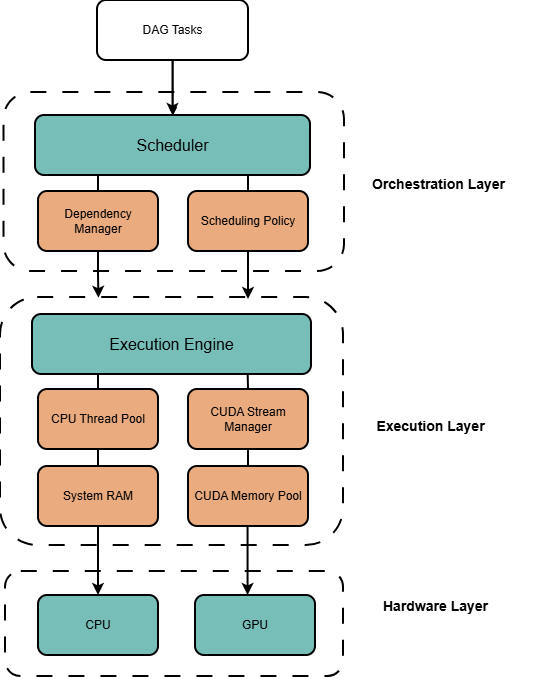
Earlier version of the draw.io export image/system-architecture.png (rulihongran/15618-project-webpage). Source tidied: cells renumbered, new cells last; positions are measured from the earlier drawing's top-left corner, leaving out a move shared by most shapes.
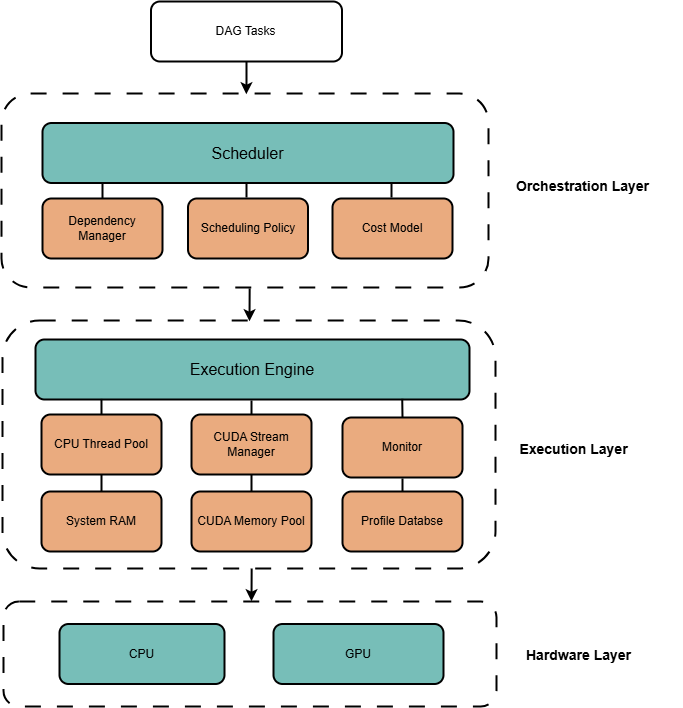
The same file after the commit.

Commit message:
Update system architecture graph

What changed in the source:
```diff
@@ -3,96 +3,123 @@
     <mxCell id="0" />
     <mxCell id="1" parent="0" />
     <mxCell id="2" style="rounded=1;whiteSpace=wrap;html=1;fillColor=light-dark(#FFFFFF, #ffffff);strokeColor=light-dark(#000000,#000000);strokeWidth=2;dashed=1;dashPattern=8 8;" parent="1" vertex="1">
-      <mxGeometry x="5" y="571" width="338" height="105" as="geometry" />
+      <mxGeometry x="-135" y="531" width="493" height="105" as="geometry" />
     </mxCell>
     <mxCell id="3" style="rounded=1;whiteSpace=wrap;html=1;fillColor=light-dark(#FFFFFF, #ffffff);strokeColor=light-dark(#000000,#000000);strokeWidth=2;dashed=1;dashPattern=8 8;" parent="1" vertex="1">
-      <mxGeometry y="297" width="343" height="248" as="geometry" />
+      <mxGeometry x="-136" y="250" width="493" height="248" as="geometry" />
     </mxCell>
     <mxCell id="4" style="rounded=1;whiteSpace=wrap;html=1;fillColor=light-dark(#FFFFFF, #ffffff);strokeColor=light-dark(#000000,#000000);strokeWidth=2;dashed=1;dashPattern=8 8;" parent="1" vertex="1">
-      <mxGeometry x="3.5" y="92" width="340.5" height="179" as="geometry" />
+      <mxGeometry x="-137" y="23" width="487" height="194" as="geometry" />
     </mxCell>
-    <mxCell id="5" style="edgeStyle=orthogonalEdgeStyle;rounded=0;jettySize=auto;html=1;strokeColor=light-dark(#000000,#000000);exitX=0.5;exitY=1;exitDx=0;exitDy=0;strokeWidth=2;entryX=0.287;entryY=0.003;entryDx=0;entryDy=0;entryPerimeter=0;" parent="1" edge="1" source="6" target="3">
-      <mxGeometry relative="1" as="geometry" />
-    </mxCell>
     <mxCell id="6" value="&lt;font style=&quot;color: light-dark(rgb(0, 0, 0), rgb(0, 0, 0));&quot;&gt;Dependency Manager&lt;/font&gt;" style="rounded=1;whiteSpace=wrap;html=1;fillColor=light-dark(#EAAB7F,#EAAB7F);strokeColor=light-dark(#000000,#000000);strokeWidth=2;" parent="1" vertex="1">
-      <mxGeometry x="38" y="191" width="120" height="60" as="geometry" />
+      <mxGeometry x="-96" y="128" width="120" height="60" as="geometry" />
     </mxCell>
-    <mxCell id="7" style="edgeStyle=orthogonalEdgeStyle;rounded=0;jettySize=auto;html=1;exitX=0.25;exitY=1;exitDx=0;exitDy=0;entryX=0.5;entryY=0;entryDx=0;entryDy=0;strokeColor=light-dark(#000000,#000000);endArrow=none;endFill=0;strokeWidth=2;" parent="1" edge="1" source="9" target="6">
-      <mxGeometry relative="1" as="geometry" />
-    </mxCell>
-    <mxCell id="8" style="edgeStyle=orthogonalEdgeStyle;rounded=0;jettySize=auto;html=1;exitX=0.75;exitY=1;exitDx=0;exitDy=0;entryX=0.5;entryY=0;entryDx=0;entryDy=0;endArrow=none;endFill=0;strokeWidth=2;strokeColor=light-dark(#000000,#000000);" parent="1" edge="1" source="9" target="10">
-      <mxGeometry relative="1" as="geometry" />
-    </mxCell>
     <mxCell id="9" value="&lt;font&gt;Scheduler&lt;/font&gt;" style="rounded=1;whiteSpace=wrap;html=1;fillColor=light-dark(#77BEB8,#77BEB8);strokeColor=light-dark(#000000,#000000);strokeWidth=2;fontColor=light-dark(#000000,#000000);fontSize=16;" parent="1" vertex="1">
-      <mxGeometry x="35" y="115" width="275" height="60" as="geometry" />
+      <mxGeometry x="-96" y="52.5" width="411" height="60" as="geometry" />
     </mxCell>
     <mxCell id="10" value="&lt;font style=&quot;color: light-dark(rgb(0, 0, 0), rgb(0, 0, 0));&quot;&gt;Scheduling Policy&lt;/font&gt;" style="rounded=1;whiteSpace=wrap;html=1;fillColor=light-dark(#EAAB7F,#EAAB7F);strokeColor=light-dark(#000000,#000000);strokeWidth=2;" parent="1" vertex="1">
-      <mxGeometry x="188" y="191" width="120" height="60" as="geometry" />
+      <mxGeometry x="49.5" y="128" width="120" height="60" as="geometry" />
     </mxCell>
     <mxCell id="11" style="edgeStyle=orthogonalEdgeStyle;rounded=0;jettySize=auto;html=1;endArrow=none;endFill=0;strokeWidth=2;strokeColor=light-dark(#000000,#000000);" parent="1" edge="1" source="12" target="14">
       <mxGeometry relative="1" as="geometry" />
     </mxCell>
     <mxCell id="12" value="&lt;div&gt;&lt;font style=&quot;color: light-dark(rgb(0, 0, 0), rgb(0, 0, 0));&quot;&gt;CUDA Stream Manager&lt;/font&gt;&lt;/div&gt;" style="rounded=1;whiteSpace=wrap;html=1;fillColor=light-dark(#EAAB7F,#EAAB7F);strokeColor=light-dark(#000000,#000000);strokeWidth=2;" parent="1" vertex="1">
-      <mxGeometry x="188" y="389" width="120" height="60" as="geometry" />
+      <mxGeometry x="53" y="344" width="120" height="60" as="geometry" />
     </mxCell>
     <mxCell id="13" value="&lt;font&gt;Execution Engine&lt;/font&gt;" style="rounded=1;whiteSpace=wrap;html=1;fillColor=light-dark(#77BEB8,#77BEB8);strokeColor=light-dark(#000000,#000000);strokeWidth=2;fontColor=light-dark(#000000,#000000);fontSize=16;" parent="1" vertex="1">
-      <mxGeometry x="32" y="314" width="279" height="60" as="geometry" />
+      <mxGeometry x="-103" y="269" width="434" height="60" as="geometry" />
     </mxCell>
     <mxCell id="14" value="&lt;font style=&quot;color: light-dark(rgb(0, 0, 0), rgb(0, 0, 0));&quot;&gt;CUDA Memory Pool&lt;/font&gt;" style="rounded=1;whiteSpace=wrap;html=1;fillColor=light-dark(#EAAB7F,#EAAB7F);strokeColor=light-dark(#000000,#000000);strokeWidth=2;" parent="1" vertex="1">
-      <mxGeometry x="188" y="466" width="120" height="60" as="geometry" />
+      <mxGeometry x="53" y="421" width="120" height="60" as="geometry" />
     </mxCell>
     <mxCell id="15" style="edgeStyle=orthogonalEdgeStyle;rounded=0;jettySize=auto;html=1;entryX=0.5;entryY=0;entryDx=0;entryDy=0;endArrow=none;endFill=0;strokeWidth=2;strokeColor=light-dark(#000000,#000000);" parent="1" edge="1" source="16" target="17">
       <mxGeometry relative="1" as="geometry" />
     </mxCell>
     <mxCell id="16" value="&lt;span style=&quot;&quot;&gt;CPU Thread Pool&lt;/span&gt;" style="rounded=1;whiteSpace=wrap;html=1;fillColor=light-dark(#EAAB7F,#EAAB7F);strokeColor=light-dark(#000000,#000000);strokeWidth=2;labelBorderColor=none;fontColor=light-dark(#000000,#000000);" parent="1" vertex="1">
-      <mxGeometry x="38" y="389" width="120" height="60" as="geometry" />
+      <mxGeometry x="-97" y="344" width="120" height="60" as="geometry" />
     </mxCell>
     <mxCell id="17" value="&lt;span style=&quot;&quot;&gt;System RAM&lt;/span&gt;" style="rounded=1;whiteSpace=wrap;html=1;fillColor=light-dark(#EAAB7F,#EAAB7F);strokeColor=light-dark(#000000,#000000);strokeWidth=2;labelBorderColor=none;fontColor=light-dark(#000000,#000000);" parent="1" vertex="1">
-      <mxGeometry x="38" y="466" width="120" height="60" as="geometry" />
+      <mxGeometry x="-97" y="421" width="120" height="60" as="geometry" />
     </mxCell>
     <mxCell id="18" value="&lt;font&gt;&lt;b&gt;Orchestration Layer&lt;/b&gt;&lt;/font&gt;" style="text;html=1;whiteSpace=wrap;align=center;verticalAlign=middle;rounded=0;fontColor=light-dark(#000000,#000000);fontSize=14;" parent="1" vertex="1">
-      <mxGeometry x="338" y="169" width="201" height="30" as="geometry" />
+      <mxGeometry x="344" y="101" width="201" height="30" as="geometry" />
     </mxCell>
     <mxCell id="19" value="&lt;font&gt;&lt;b&gt;Execution Layer&lt;/b&gt;&lt;/font&gt;" style="text;html=1;whiteSpace=wrap;align=center;verticalAlign=middle;rounded=0;fontColor=light-dark(#000000,#000000);fontSize=14;" parent="1" vertex="1">
-      <mxGeometry x="330" y="411" width="201" height="30" as="geometry" />
+      <mxGeometry x="335" y="364" width="201" height="30" as="geometry" />
     </mxCell>
-    <mxCell id="20" style="edgeStyle=orthogonalEdgeStyle;rounded=0;jettySize=auto;html=1;strokeColor=light-dark(#000000,#000000);exitX=0.5;exitY=1;exitDx=0;exitDy=0;strokeWidth=2;" parent="1" edge="1" source="10">
-      <mxGeometry relative="1" as="geometry">
-        <mxPoint x="248" y="299" as="targetPoint" />
-      </mxGeometry>
-    </mxCell>
-    <mxCell id="21" style="edgeStyle=orthogonalEdgeStyle;rounded=0;jettySize=auto;html=1;exitX=0.25;exitY=1;exitDx=0;exitDy=0;entryX=0.5;entryY=0;entryDx=0;entryDy=0;strokeColor=light-dark(#000000,#000000);startArrow=none;startFill=0;endArrow=none;endFill=0;strokeWidth=2;" parent="1" edge="1" source="13" target="16">
+    <mxCell id="21" style="edgeStyle=orthogonalEdgeStyle;rounded=0;jettySize=auto;html=1;exitX=0.152;exitY=0.99;exitDx=0;exitDy=0;entryX=0.5;entryY=0;entryDx=0;entryDy=0;strokeColor=light-dark(#000000,#000000);startArrow=none;startFill=0;endArrow=none;endFill=0;strokeWidth=2;exitPerimeter=0;" parent="1" edge="1" source="13" target="16">
       <mxGeometry relative="1" as="geometry" />
     </mxCell>
-    <mxCell id="22" style="edgeStyle=orthogonalEdgeStyle;rounded=0;jettySize=auto;html=1;exitX=0.773;exitY=0.998;exitDx=0;exitDy=0;entryX=0.5;entryY=0;entryDx=0;entryDy=0;strokeColor=light-dark(#000000,#000000);startArrow=none;startFill=0;endArrow=none;endFill=0;strokeWidth=2;exitPerimeter=0;" parent="1" edge="1" source="13" target="12">
-      <mxGeometry relative="1" as="geometry" />
+    <mxCell id="22" style="edgeStyle=orthogonalEdgeStyle;rounded=0;jettySize=auto;html=1;entryX=0.5;entryY=0;entryDx=0;entryDy=0;strokeColor=light-dark(#000000,#000000);startArrow=none;startFill=0;endArrow=none;endFill=0;strokeWidth=2;" parent="1" edge="1" target="12">
+      <mxGeometry relative="1" as="geometry">
+        <mxPoint x="113" y="330" as="sourcePoint" />
+      </mxGeometry>
     </mxCell>
     <mxCell id="23" value="&lt;font style=&quot;color: light-dark(rgb(0, 0, 0), rgb(0, 0, 0));&quot;&gt;CPU&lt;/font&gt;" style="rounded=1;whiteSpace=wrap;html=1;fillColor=light-dark(#77BEB8,#77BEB8);strokeColor=light-dark(#000000,#000000);strokeWidth=2;" parent="1" vertex="1">
-      <mxGeometry x="38" y="595" width="120" height="60" as="geometry" />
+      <mxGeometry x="-79" y="553.5" width="165" height="60" as="geometry" />
     </mxCell>
     <mxCell id="24" value="&lt;font style=&quot;color: light-dark(rgb(0, 0, 0), rgb(0, 0, 0));&quot;&gt;GPU&lt;/font&gt;" style="rounded=1;whiteSpace=wrap;html=1;fillColor=light-dark(#77BEB8,#77BEB8);strokeColor=light-dark(#000000,#000000);strokeWidth=2;" parent="1" vertex="1">
-      <mxGeometry x="195" y="595" width="120" height="60" as="geometry" />
+      <mxGeometry x="135" y="553.5" width="170" height="60" as="geometry" />
     </mxCell>
-    <mxCell id="25" style="edgeStyle=orthogonalEdgeStyle;rounded=0;jettySize=auto;html=1;strokeColor=light-dark(#000000,#000000);exitX=0.5;exitY=1;exitDx=0;exitDy=0;strokeWidth=2;entryX=0.5;entryY=0;entryDx=0;entryDy=0;" parent="1" edge="1" source="17" target="23">
-      <mxGeometry relative="1" as="geometry" />
-    </mxCell>
-    <mxCell id="26" style="edgeStyle=orthogonalEdgeStyle;rounded=0;orthogonalLoop=1;jettySize=auto;html=1;strokeColor=light-dark(#000000,#000000);exitX=0.5;exitY=1;exitDx=0;exitDy=0;strokeWidth=2;entryX=0.5;entryY=0;entryDx=0;entryDy=0;" parent="1" edge="1">
-      <mxGeometry relative="1" as="geometry">
-        <mxPoint x="247.6" y="526" as="sourcePoint" />
-        <mxPoint x="247.6" y="595" as="targetPoint" />
-      </mxGeometry>
-    </mxCell>
     <mxCell id="27" value="&lt;font&gt;&lt;b&gt;Hardware Layer&lt;/b&gt;&lt;/font&gt;" style="text;html=1;whiteSpace=wrap;align=center;verticalAlign=middle;rounded=0;fontColor=light-dark(#000000,#000000);fontSize=14;" parent="1" vertex="1">
-      <mxGeometry x="335" y="591" width="201" height="30" as="geometry" />
+      <mxGeometry x="340" y="570" width="201" height="30" as="geometry" />
     </mxCell>
-    <mxCell id="28" style="edgeStyle=orthogonalEdgeStyle;rounded=0;jettySize=auto;html=1;" parent="1" edge="1" source="30" target="9">
-      <mxGeometry relative="1" as="geometry" />
+    <mxCell id="28" style="edgeStyle=orthogonalEdgeStyle;rounded=0;jettySize=auto;html=1;entryX=0.513;entryY=0.014;entryDx=0;entryDy=0;entryPerimeter=0;strokeColor=light-dark(#000000,#000000);strokeWidth=2;" parent="1" edge="1" source="30">
+      <mxGeometry relative="1" as="geometry">
+        <mxPoint x="107.8" y="23.7" as="targetPoint" />
+      </mxGeometry>
     </mxCell>
-    <mxCell id="29" style="edgeStyle=orthogonalEdgeStyle;rounded=0;jettySize=auto;html=1;exitX=0.5;exitY=1;exitDx=0;exitDy=0;strokeColor=light-dark(#000000,#000000);strokeWidth=2;" parent="1" edge="1" source="30" target="9">
-      <mxGeometry relative="1" as="geometry" />
-    </mxCell>
     <mxCell id="30" value="&lt;font style=&quot;color: light-dark(rgb(0, 0, 0), rgb(0, 0, 0));&quot;&gt;DAG Tasks&lt;/font&gt;" style="rounded=1;whiteSpace=wrap;html=1;fillColor=light-dark(#FFFFFF, #ffffff);strokeColor=light-dark(#000000,#000000);strokeWidth=2;" parent="1" vertex="1">
-      <mxGeometry x="97" width="151" height="60" as="geometry" />
+      <mxGeometry x="12.5" y="-69" width="191" height="60" as="geometry" />
     </mxCell>
+    <mxCell id="31" value="&lt;font style=&quot;color: light-dark(rgb(0, 0, 0), rgb(0, 0, 0));&quot;&gt;Monitor&lt;/font&gt;" style="rounded=1;whiteSpace=wrap;html=1;fillColor=light-dark(#EAAB7F,#EAAB7F);strokeColor=light-dark(#000000,#000000);strokeWidth=2;" parent="1" vertex="1">
+      <mxGeometry x="204" y="347" width="120" height="60" as="geometry" />
+    </mxCell>
+    <mxCell id="32" style="edgeStyle=orthogonalEdgeStyle;rounded=0;jettySize=auto;html=1;exitX=0.845;exitY=0.989;exitDx=0;exitDy=0;strokeColor=light-dark(#000000,#000000);startArrow=none;startFill=0;endArrow=none;endFill=0;strokeWidth=2;exitPerimeter=0;entryX=0.5;entryY=0;entryDx=0;entryDy=0;" parent="1" edge="1" source="13" target="31">
+      <mxGeometry relative="1" as="geometry" />
+    </mxCell>
+    <mxCell id="33" value="&lt;font style=&quot;color: light-dark(rgb(0, 0, 0), rgb(0, 0, 0));&quot;&gt;Profile Databse&lt;/font&gt;" style="rounded=1;whiteSpace=wrap;html=1;fillColor=light-dark(#EAAB7F,#EAAB7F);strokeColor=light-dark(#000000,#000000);strokeWidth=2;" parent="1" vertex="1">
+      <mxGeometry x="204" y="421" width="120" height="60" as="geometry" />
+    </mxCell>
+    <mxCell id="34" style="edgeStyle=orthogonalEdgeStyle;rounded=0;jettySize=auto;html=1;exitX=0.831;exitY=0.983;exitDx=0;exitDy=0;strokeColor=light-dark(#000000,#000000);startArrow=none;startFill=0;endArrow=none;endFill=0;strokeWidth=2;exitPerimeter=0;entryX=0.5;entryY=0;entryDx=0;entryDy=0;" parent="1" edge="1" target="33">
+      <mxGeometry relative="1" as="geometry">
+        <mxPoint x="264" y="408" as="sourcePoint" />
+      </mxGeometry>
+    </mxCell>
+    <mxCell id="35" value="&lt;font style=&quot;color: light-dark(rgb(0, 0, 0), rgb(0, 0, 0));&quot;&gt;Cost Model&lt;/font&gt;" style="rounded=1;whiteSpace=wrap;html=1;fillColor=light-dark(#EAAB7F,#EAAB7F);strokeColor=light-dark(#000000,#000000);strokeWidth=2;" parent="1" vertex="1">
+      <mxGeometry x="194" y="128" width="120" height="60" as="geometry" />
+    </mxCell>
+    <mxCell id="36" style="edgeStyle=orthogonalEdgeStyle;rounded=0;jettySize=auto;html=1;exitX=0.152;exitY=0.99;exitDx=0;exitDy=0;strokeColor=light-dark(#000000,#000000);startArrow=none;startFill=0;endArrow=none;endFill=0;strokeWidth=2;exitPerimeter=0;entryX=0.5;entryY=0;entryDx=0;entryDy=0;" parent="1" edge="1" target="6">
+      <mxGeometry relative="1" as="geometry">
+        <mxPoint x="-36" y="112" as="sourcePoint" />
+      </mxGeometry>
+    </mxCell>
+    <mxCell id="37" style="edgeStyle=orthogonalEdgeStyle;rounded=0;orthogonalLoop=1;jettySize=auto;html=1;exitX=0.152;exitY=0.99;exitDx=0;exitDy=0;strokeColor=light-dark(#000000,#000000);startArrow=none;startFill=0;endArrow=none;endFill=0;strokeWidth=2;exitPerimeter=0;entryX=0.5;entryY=0;entryDx=0;entryDy=0;" parent="1" edge="1">
+      <mxGeometry relative="1" as="geometry">
+        <mxPoint x="108" y="113" as="sourcePoint" />
+        <mxPoint x="108" y="127" as="targetPoint" />
+      </mxGeometry>
+    </mxCell>
+    <mxCell id="38" style="edgeStyle=orthogonalEdgeStyle;rounded=0;orthogonalLoop=1;jettySize=auto;html=1;exitX=0.152;exitY=0.99;exitDx=0;exitDy=0;strokeColor=light-dark(#000000,#000000);startArrow=none;startFill=0;endArrow=none;endFill=0;strokeWidth=2;exitPerimeter=0;entryX=0.5;entryY=0;entryDx=0;entryDy=0;" parent="1" edge="1">
+      <mxGeometry relative="1" as="geometry">
+        <mxPoint x="253" y="113" as="sourcePoint" />
+        <mxPoint x="253" y="127" as="targetPoint" />
+      </mxGeometry>
+    </mxCell>
+    <mxCell id="39" value="Text" style="text;html=1;whiteSpace=wrap;strokeColor=none;fillColor=none;align=center;verticalAlign=middle;rounded=0;" parent="1" vertex="1">
+      <mxGeometry x="308" y="191" width="60" height="30" as="geometry" />
+    </mxCell>
+    <mxCell id="40" style="edgeStyle=orthogonalEdgeStyle;rounded=0;orthogonalLoop=1;jettySize=auto;html=1;entryX=0.513;entryY=0.014;entryDx=0;entryDy=0;entryPerimeter=0;strokeColor=light-dark(#000000,#000000);strokeWidth=2;" parent="1" edge="1">
+      <mxGeometry relative="1" as="geometry">
+        <mxPoint x="111.2" y="218" as="sourcePoint" />
+        <mxPoint x="111" y="250.7" as="targetPoint" />
+      </mxGeometry>
+    </mxCell>
+    <mxCell id="41" style="edgeStyle=orthogonalEdgeStyle;rounded=0;orthogonalLoop=1;jettySize=auto;html=1;entryX=0.513;entryY=0.014;entryDx=0;entryDy=0;entryPerimeter=0;strokeColor=light-dark(#000000,#000000);strokeWidth=2;" parent="1" edge="1">
+      <mxGeometry relative="1" as="geometry">
+        <mxPoint x="113.2" y="498" as="sourcePoint" />
+        <mxPoint x="113" y="530.7" as="targetPoint" />
+      </mxGeometry>
+    </mxCell>
   </root>
 </mxGraphModel>
```
